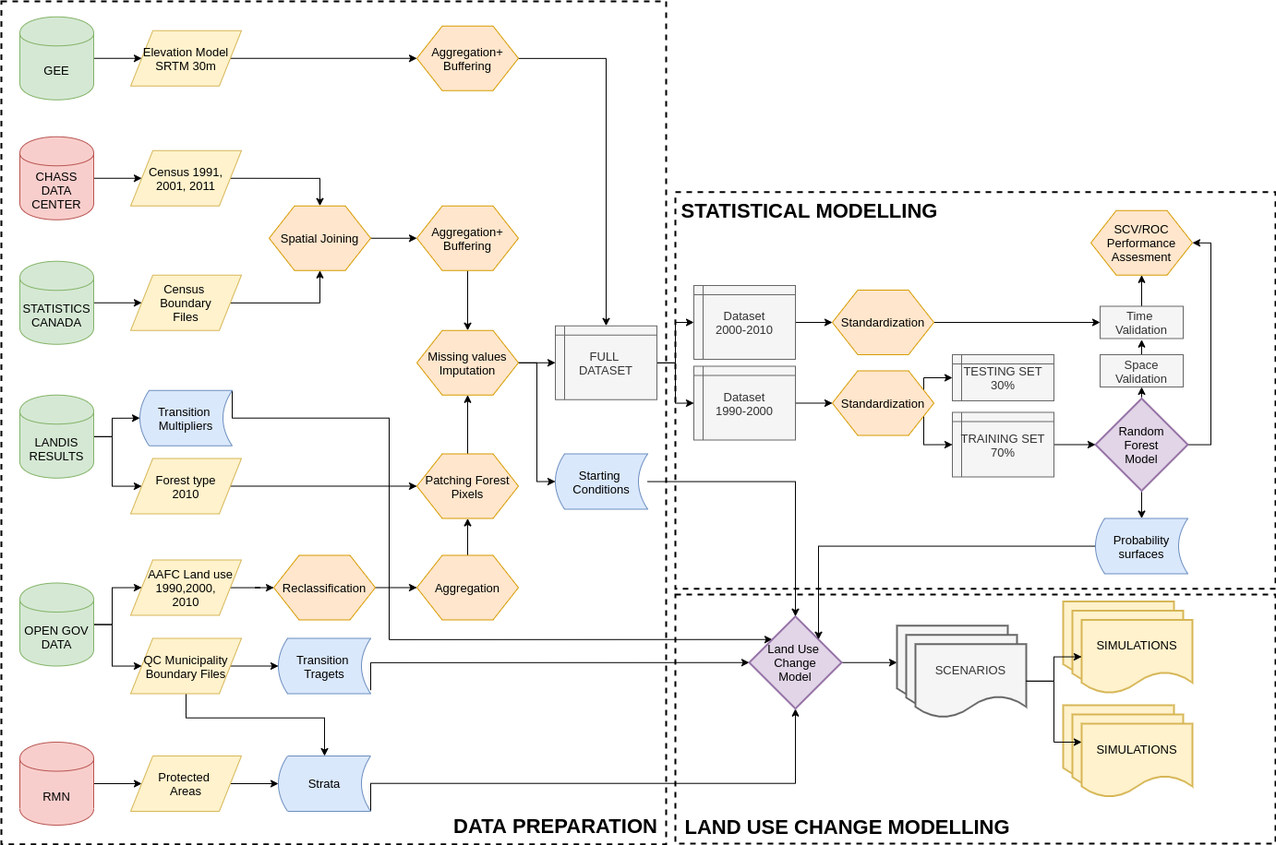
Earlier version of the draw.io export thesis/figures/Chapter1_flowchart.png (VLucet/landchange-connectivity-monteregie). Source tidied: cells renumbered, new cells last; positions are measured from the earlier drawing's top-left corner, leaving out a move shared by most shapes.
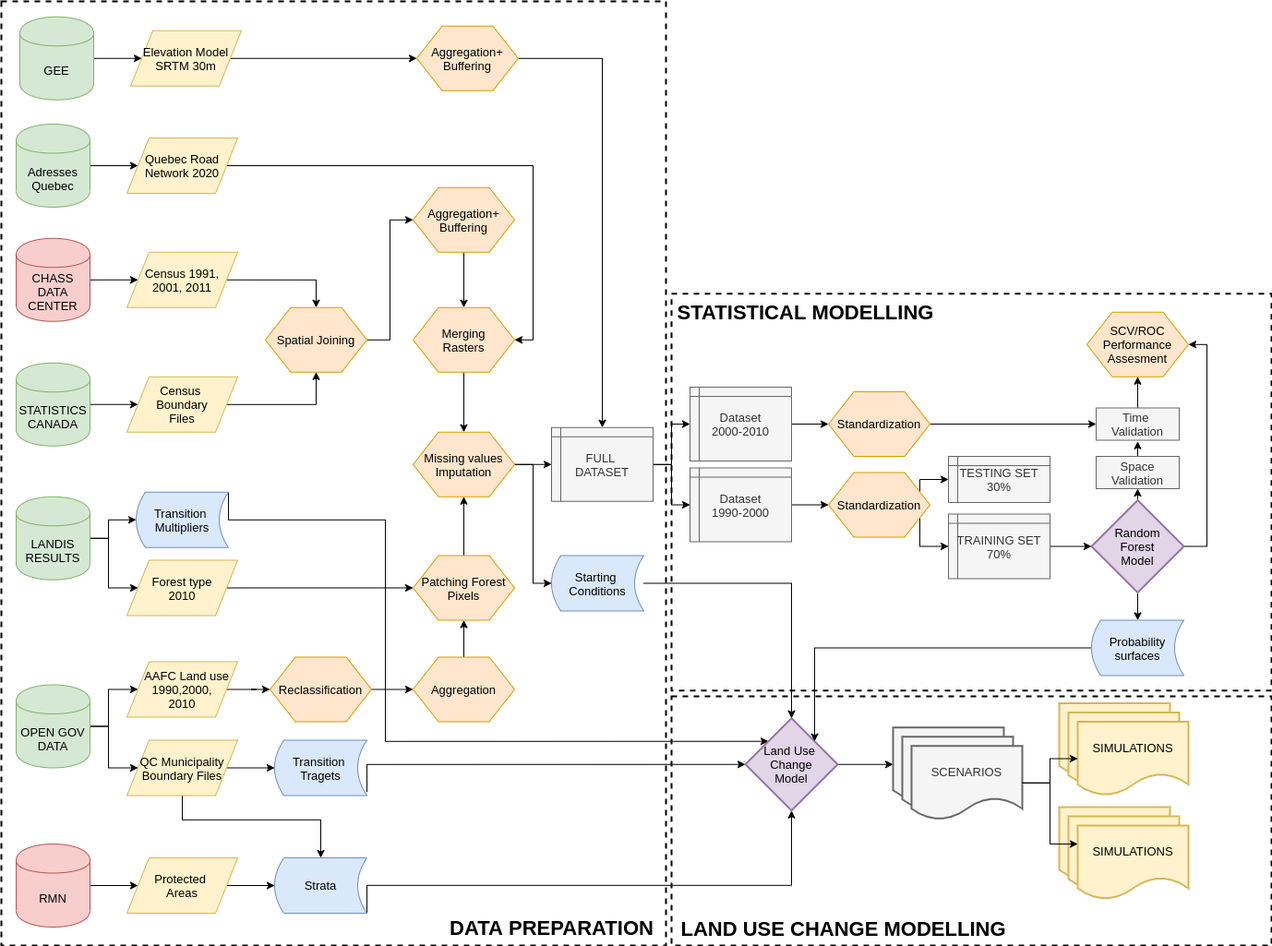
After the commit.

Commit message:
update workflow eith adresses and SURF

Diff of the diagram source:
```diff
@@ -6,7 +6,7 @@
       <mxGeometry x="730" y="206.8" width="650" height="430" as="geometry" />
     </mxCell>
     <mxCell id="3" style="whiteSpace=wrap;html=1;strokeWidth=2;fontSize=13;fillColor=none;dashed=1;" parent="1" vertex="1">
-      <mxGeometry width="720" height="913.8" as="geometry" />
+      <mxGeometry x="4" y="-110" width="720" height="1023" as="geometry" />
     </mxCell>
     <mxCell id="4" style="whiteSpace=wrap;html=1;strokeWidth=2;fontSize=13;fillColor=none;dashed=1;" parent="1" vertex="1">
       <mxGeometry x="730" y="643" width="650" height="270" as="geometry" />
@@ -15,7 +15,7 @@
       <mxGeometry relative="1" as="geometry" />
     </mxCell>
     <mxCell id="6" value="GEE" style="shape=cylinder;whiteSpace=wrap;html=1;boundedLbl=1;backgroundOutline=1;fillColor=#d5e8d4;strokeColor=#82b366;fontSize=13;" parent="1" vertex="1">
-      <mxGeometry x="20" y="16.8" width="80" height="90" as="geometry" />
+      <mxGeometry x="24" y="-93.2" width="80" height="90" as="geometry" />
     </mxCell>
     <mxCell id="7" style="edgeStyle=orthogonalEdgeStyle;rounded=0;jettySize=auto;html=1;fontSize=13;" parent="1" edge="1" source="8" target="15">
       <mxGeometry relative="1" as="geometry" />
@@ -36,7 +36,7 @@
       <mxGeometry relative="1" as="geometry" />
     </mxCell>
     <mxCell id="13" value="Elevation Model&lt;br style=&quot;font-size: 13px;&quot;&gt;SRTM 30m" style="shape=parallelogram;perimeter=parallelogramPerimeter;whiteSpace=wrap;html=1;fillColor=#fff2cc;strokeColor=#d6b656;fontSize=13;" parent="1" vertex="1">
-      <mxGeometry x="140" y="31.8" width="120" height="60" as="geometry" />
+      <mxGeometry x="144" y="-78.2" width="120" height="60" as="geometry" />
     </mxCell>
     <mxCell id="14" style="edgeStyle=orthogonalEdgeStyle;rounded=0;jettySize=auto;html=1;exitX=1;exitY=0.5;exitDx=0;exitDy=0;entryX=0.5;entryY=0;entryDx=0;entryDy=0;fontSize=13;" parent="1" edge="1" source="15" target="24">
       <mxGeometry relative="1" as="geometry" />
@@ -70,7 +70,7 @@
     <mxCell id="22" value="QC Municipality&lt;br style=&quot;font-size: 13px;&quot;&gt;Boundary Files" style="shape=parallelogram;perimeter=parallelogramPerimeter;whiteSpace=wrap;html=1;fillColor=#fff2cc;strokeColor=#d6b656;fontSize=13;" parent="1" vertex="1">
       <mxGeometry x="140" y="690.5" width="120" height="60" as="geometry" />
     </mxCell>
-    <mxCell id="23" style="edgeStyle=orthogonalEdgeStyle;rounded=0;jettySize=auto;html=1;fontSize=13;" parent="1" edge="1" source="24" target="83">
+    <mxCell id="23" style="edgeStyle=orthogonalEdgeStyle;rounded=0;jettySize=auto;html=1;entryX=0;entryY=0.5;entryDx=0;entryDy=0;" parent="1" edge="1" source="24" target="83">
       <mxGeometry relative="1" as="geometry" />
     </mxCell>
     <mxCell id="24" value="Spatial Joining" style="shape=hexagon;perimeter=hexagonPerimeter2;whiteSpace=wrap;html=1;fillColor=#ffe6cc;strokeColor=#d79b00;fontSize=13;" parent="1" vertex="1">
@@ -283,17 +283,17 @@
     <mxCell id="81" value="Missing values&lt;br style=&quot;font-size: 13px;&quot;&gt;Imputation" style="shape=hexagon;perimeter=hexagonPerimeter2;whiteSpace=wrap;html=1;fillColor=#ffe6cc;strokeColor=#d79b00;fontSize=13;" parent="1" vertex="1">
       <mxGeometry x="450" y="356.8" width="110" height="70" as="geometry" />
     </mxCell>
-    <mxCell id="82" style="edgeStyle=orthogonalEdgeStyle;rounded=0;jettySize=auto;html=1;fontSize=13;" parent="1" edge="1" source="83" target="81">
+    <mxCell id="82" style="edgeStyle=orthogonalEdgeStyle;rounded=0;jettySize=auto;html=1;entryX=0.5;entryY=0;entryDx=0;entryDy=0;" parent="1" edge="1" source="83" target="103">
       <mxGeometry relative="1" as="geometry" />
     </mxCell>
     <mxCell id="83" value="Aggregation+&lt;br&gt;Buffering" style="shape=hexagon;perimeter=hexagonPerimeter2;whiteSpace=wrap;html=1;fillColor=#ffe6cc;strokeColor=#d79b00;fontSize=13;" parent="1" vertex="1">
-      <mxGeometry x="450" y="221.8" width="110" height="70" as="geometry" />
+      <mxGeometry x="450" y="91.8" width="110" height="70" as="geometry" />
     </mxCell>
     <mxCell id="84" style="edgeStyle=orthogonalEdgeStyle;rounded=0;jettySize=auto;html=1;fontSize=13;" parent="1" edge="1" source="85" target="88">
       <mxGeometry relative="1" as="geometry" />
     </mxCell>
     <mxCell id="85" value="Aggregation+&lt;br&gt;Buffering" style="shape=hexagon;perimeter=hexagonPerimeter2;whiteSpace=wrap;html=1;fillColor=#ffe6cc;strokeColor=#d79b00;fontSize=13;" parent="1" vertex="1">
-      <mxGeometry x="450" y="26.8" width="110" height="70" as="geometry" />
+      <mxGeometry x="454" y="-83.2" width="110" height="70" as="geometry" />
     </mxCell>
     <mxCell id="86" style="edgeStyle=orthogonalEdgeStyle;rounded=0;jettySize=auto;html=1;entryX=0;entryY=0.5;entryDx=0;entryDy=0;fontSize=13;" parent="1" edge="1" source="88" target="47">
       <mxGeometry relative="1" as="geometry" />
@@ -343,5 +343,23 @@
     <mxCell id="101" style="edgeStyle=orthogonalEdgeStyle;rounded=0;jettySize=auto;html=1;entryX=0;entryY=0.25;entryDx=0;entryDy=0;fontSize=13;" parent="1" edge="1" source="78" target="99">
       <mxGeometry relative="1" as="geometry" />
     </mxCell>
+    <mxCell id="102" style="edgeStyle=orthogonalEdgeStyle;rounded=0;jettySize=auto;html=1;" parent="1" edge="1" source="103" target="81">
+      <mxGeometry relative="1" as="geometry" />
+    </mxCell>
+    <mxCell id="103" value="Merging&lt;br&gt;Rasters" style="shape=hexagon;perimeter=hexagonPerimeter2;whiteSpace=wrap;html=1;fillColor=#ffe6cc;strokeColor=#d79b00;fontSize=13;" parent="1" vertex="1">
+      <mxGeometry x="450" y="221.8" width="110" height="70" as="geometry" />
+    </mxCell>
+    <mxCell id="104" style="edgeStyle=orthogonalEdgeStyle;rounded=0;jettySize=auto;html=1;" parent="1" edge="1" source="105" target="107">
+      <mxGeometry relative="1" as="geometry" />
+    </mxCell>
+    <mxCell id="105" value="Adresses&lt;br&gt;Quebec" style="shape=cylinder;whiteSpace=wrap;html=1;boundedLbl=1;backgroundOutline=1;fillColor=#d5e8d4;strokeColor=#82b366;fontSize=13;" parent="1" vertex="1">
+      <mxGeometry x="20" y="23" width="80" height="90" as="geometry" />
+    </mxCell>
+    <mxCell id="106" style="edgeStyle=orthogonalEdgeStyle;rounded=0;jettySize=auto;html=1;entryX=1;entryY=0.5;entryDx=0;entryDy=0;" parent="1" edge="1" source="107" target="103">
+      <mxGeometry relative="1" as="geometry" />
+    </mxCell>
+    <mxCell id="107" value="Quebec Road&lt;br&gt;Network 2020" style="shape=parallelogram;perimeter=parallelogramPerimeter;whiteSpace=wrap;html=1;fillColor=#fff2cc;strokeColor=#d6b656;fontSize=13;" parent="1" vertex="1">
+      <mxGeometry x="140" y="38" width="120" height="60" as="geometry" />
+    </mxCell>
   </root>
 </mxGraphModel>
```
